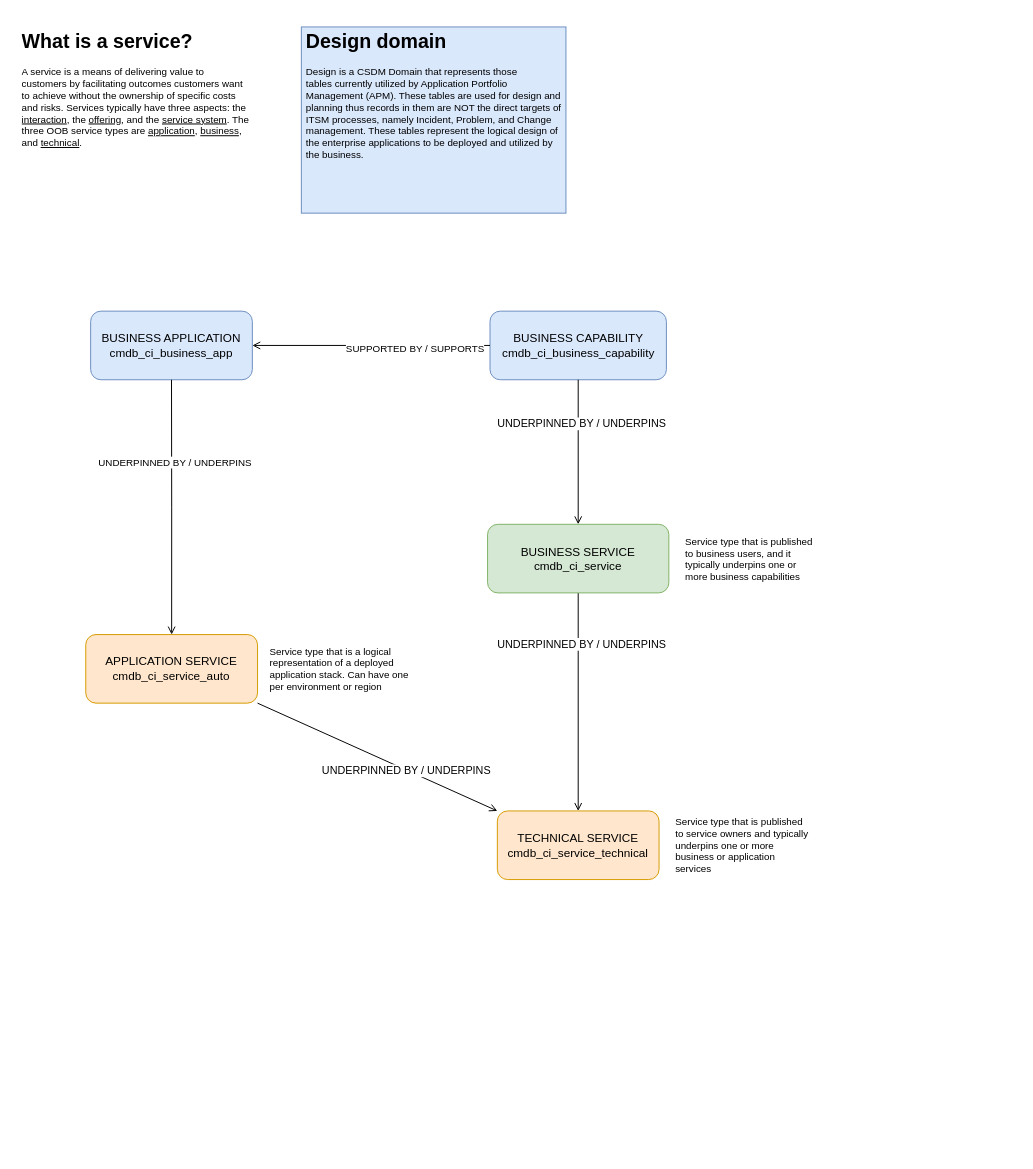
The draw.io diagram My ServiceNow CSDM.drawio in mlemartien/my_servicenow_csdm, before the edit. Source tidied: cells renumbered, new cells numbered last; positions are measured from the earlier drawing's top-left corner, leaving out a move shared by most shapes. Both pictures are drawn from the tidied source at 98%, with x=0, y=0 at pixel (17, 26).
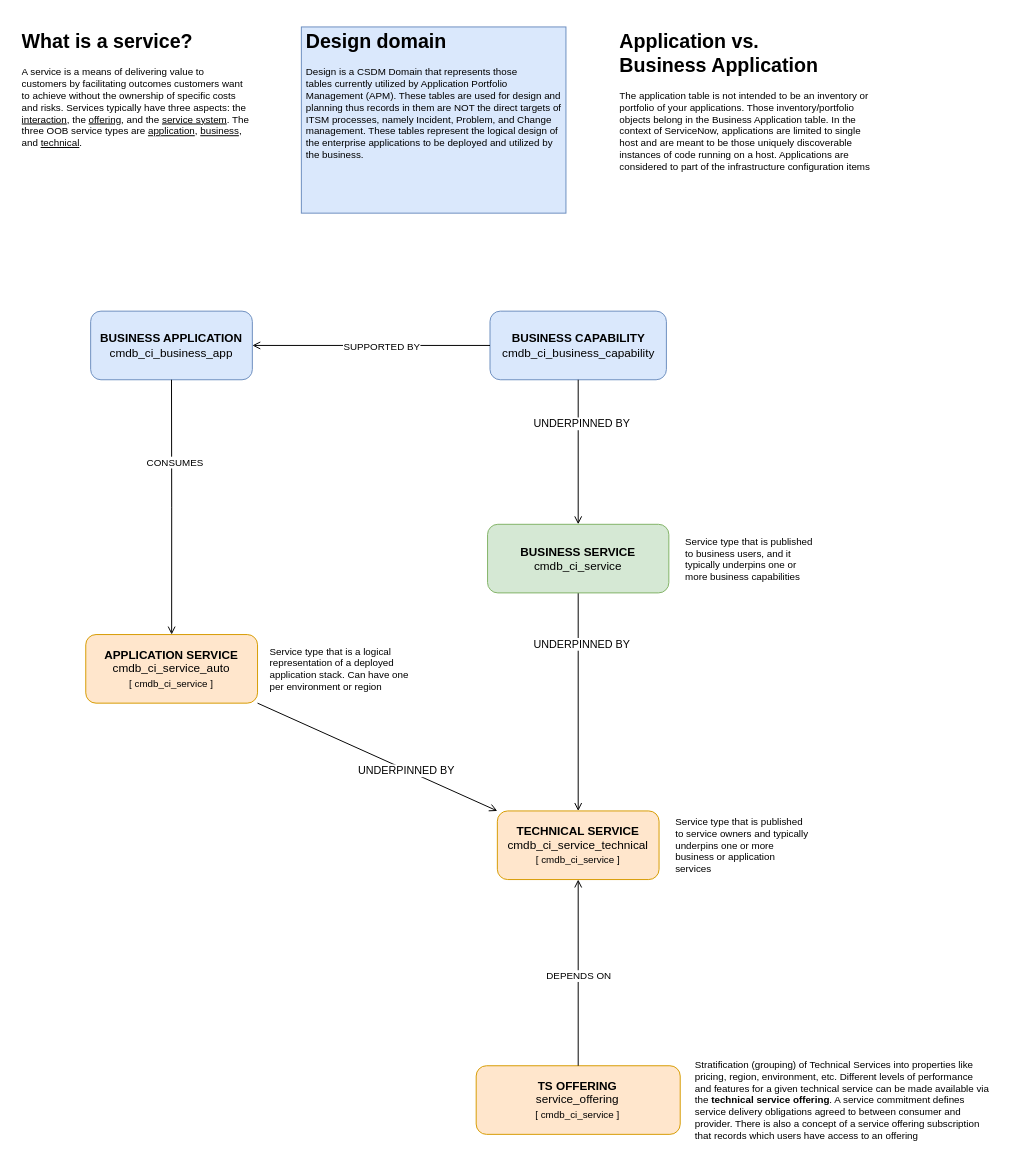
Above is the later version.

The change refers to these unchanged cells:
```xml
<mxCell id="2" style="edgeStyle=orthogonalEdgeStyle;rounded=0;jettySize=auto;html=1;exitX=0.5;exitY=1;exitDx=0;exitDy=0;entryX=0.5;entryY=0;entryDx=0;entryDy=0;endArrow=open;endFill=0;startArrow=none;startFill=0;" parent="1" edge="1" source="21" target="17">
  <mxGeometry relative="1" as="geometry" />
</mxCell>
<mxCell id="5" style="endArrow=none;html=1;entryX=0.5;entryY=1;entryDx=0;entryDy=0;exitX=0.5;exitY=0;exitDx=0;exitDy=0;startArrow=open;startFill=0;" parent="1" edge="1" source="21" target="4">
  <mxGeometry relative="1" as="geometry" />
</mxCell>
<mxCell id="7" style="endArrow=none;html=1;entryX=1;entryY=1;entryDx=0;entryDy=0;exitX=0;exitY=0;exitDx=0;exitDy=0;endFill=0;startArrow=open;startFill=0;" parent="1" edge="1" source="17" target="14">
  <mxGeometry relative="1" as="geometry" />
</mxCell>
<mxCell id="10" style="edgeStyle=orthogonalEdgeStyle;rounded=0;jettySize=auto;html=1;exitX=1;exitY=0.5;exitDx=0;exitDy=0;entryX=0;entryY=0.5;entryDx=0;entryDy=0;fontSize=10;endArrow=none;endFill=0;startArrow=open;startFill=0;" parent="1" edge="1" source="12" target="4">
  <mxGeometry relative="1" as="geometry" />
</mxCell>
<mxCell id="13" style="group;" parent="1" vertex="1">
  <mxGeometry x="70" y="620" width="330" height="70" as="geometry" />
</mxCell>
<mxCell id="16" style="group;" parent="1" vertex="1">
  <mxGeometry x="490" y="800" width="320" height="70" as="geometry" />
</mxCell>
<mxCell id="20" style="group;" parent="1" vertex="1">
  <mxGeometry x="480" y="507.5" width="340" height="70" as="geometry" />
</mxCell>
<mxCell id="24" style="edgeStyle=orthogonalEdgeStyle;rounded=0;jettySize=auto;html=1;exitX=0.5;exitY=0;exitDx=0;exitDy=0;entryX=0.5;entryY=1;entryDx=0;entryDy=0;fontSize=10;startArrow=open;startFill=0;endArrow=none;endFill=0;" parent="1" edge="1" source="14" target="12">
  <mxGeometry relative="1" as="geometry" />
</mxCell>
```

The edit, as a diff of the source:
```diff
@@
-    <mxCell id="3" value="UNDERPINNED BY / UNDERPINS" style="edgeLabel;html=1;align=center;verticalAlign=middle;" parent="2" vertex="1">
+    <mxCell id="3" value="&lt;div&gt;UNDERPINNED BY&lt;/div&gt;" style="edgeLabel;html=1;align=center;verticalAlign=middle;" parent="2" vertex="1">
       <mxGeometry x="-0.53" y="3" relative="1" as="geometry" />
     </mxCell>
-    <mxCell id="4" value="BUSINESS CAPABILITY&lt;br&gt;cmdb_ci_business_capability" style="rounded=1;whiteSpace=wrap;html=1;fillColor=#dae8fc;strokeColor=#6c8ebf;" parent="1" vertex="1">
+    <mxCell id="4" value="&lt;b&gt;BUSINESS CAPABILITY&lt;/b&gt;&lt;br&gt;cmdb_ci_business_capability" style="rounded=1;whiteSpace=wrap;html=1;fillColor=#dae8fc;strokeColor=#6c8ebf;" parent="1" vertex="1">
       <mxGeometry x="482.5" y="290" width="180" height="70" as="geometry" />
     </mxCell>
@@
-    <mxCell id="6" value="UNDERPINNED BY / UNDERPINS" style="edgeLabel;html=1;align=center;verticalAlign=middle;" parent="5" vertex="1">
+    <mxCell id="6" value="&lt;div&gt;UNDERPINNED BY &lt;br&gt;&lt;/div&gt;" style="edgeLabel;html=1;align=center;verticalAlign=middle;" parent="5" vertex="1">
       <mxGeometry x="0.4" y="-2" relative="1" as="geometry">
         <mxPoint x="1" as="offset" />
       </mxGeometry>
     </mxCell>
@@
-    <mxCell id="8" value="UNDERPINNED BY / UNDERPINS" style="edgeLabel;html=1;align=center;verticalAlign=middle;" parent="7" vertex="1">
+    <mxCell id="8" value="UNDERPINNED BY" style="edgeLabel;html=1;align=center;verticalAlign=middle;" parent="7" vertex="1">
       <mxGeometry x="-0.24" relative="1" as="geometry" />
     </mxCell>
@@
-    <mxCell id="11" value="SUPPORTED BY / SUPPORTS" style="edgeLabel;html=1;align=center;verticalAlign=middle;fontSize=10;" parent="10" vertex="1">
-      <mxGeometry x="0.36" y="-2" relative="1" as="geometry" />
+    <mxCell id="11" value="SUPPORTED BY" style="edgeLabel;html=1;align=center;verticalAlign=middle;fontSize=10;" parent="10" vertex="1">
+      <mxGeometry x="0.36" y="-2" relative="1" as="geometry">
+        <mxPoint x="-34" y="-2" as="offset" />
+      </mxGeometry>
     </mxCell>
-    <mxCell id="12" value="BUSINESS APPLICATION&lt;br&gt;cmdb_ci_business_app" style="rounded=1;whiteSpace=wrap;html=1;fillColor=#dae8fc;strokeColor=#6c8ebf;" parent="1" vertex="1">
+    <mxCell id="12" value="&lt;b&gt;BUSINESS APPLICATION&lt;/b&gt;&lt;br&gt;cmdb_ci_business_app" style="rounded=1;whiteSpace=wrap;html=1;fillColor=#dae8fc;strokeColor=#6c8ebf;" parent="1" vertex="1">
       <mxGeometry x="75" y="290" width="165" height="70" as="geometry" />
     </mxCell>
@@
-    <mxCell id="14" value="&lt;div&gt;APPLICATION SERVICE&lt;br&gt;cmdb_ci_service_auto&lt;br&gt;&lt;/div&gt;" style="rounded=1;whiteSpace=wrap;html=1;fillColor=#ffe6cc;strokeColor=#d79b00;" parent="13" vertex="1">
+    <mxCell id="14" value="&lt;div&gt;&lt;b&gt;APPLICATION SERVICE&lt;/b&gt;&lt;br&gt;cmdb_ci_service_auto&lt;br&gt;&lt;/div&gt;&lt;font style=&quot;font-size: 10px&quot;&gt;[ cmdb_ci_service ]&lt;/font&gt;" style="rounded=1;whiteSpace=wrap;html=1;fillColor=#ffe6cc;strokeColor=#d79b00;" parent="13" vertex="1">
       <mxGeometry width="175.3" height="70" as="geometry" />
     </mxCell>
@@
-    <mxCell id="17" value="TECHNICAL SERVICE&lt;br&gt;cmdb_ci_service_technical" style="rounded=1;whiteSpace=wrap;html=1;fillColor=#ffe6cc;strokeColor=#d79b00;" parent="16" vertex="1">
+    <mxCell id="17" value="&lt;b&gt;TECHNICAL SERVICE&lt;/b&gt;&lt;br&gt;cmdb_ci_service_technical&lt;br&gt;&lt;font style=&quot;font-size: 10px&quot;&gt;[ cmdb_ci_service ]&lt;/font&gt;" style="rounded=1;whiteSpace=wrap;html=1;fillColor=#ffe6cc;strokeColor=#d79b00;" parent="16" vertex="1">
       <mxGeometry width="165" height="70" as="geometry" />
     </mxCell>
@@
-    <mxCell id="21" value="BUSINESS SERVICE&lt;br&gt;cmdb_ci_service" style="rounded=1;whiteSpace=wrap;html=1;fillColor=#d5e8d4;strokeColor=#82b366;" parent="20" vertex="1">
+    <mxCell id="21" value="&lt;b&gt;BUSINESS SERVICE&lt;/b&gt;&lt;br&gt;cmdb_ci_service" style="rounded=1;whiteSpace=wrap;html=1;fillColor=#d5e8d4;strokeColor=#82b366;" parent="20" vertex="1">
       <mxGeometry width="185" height="70" as="geometry" />
     </mxCell>
@@
-    <mxCell id="25" value="UNDERPINNED BY / UNDERPINS" style="edgeLabel;html=1;align=center;verticalAlign=middle;fontSize=10;" parent="24" vertex="1">
+    <mxCell id="25" value="CONSUMES" style="edgeLabel;html=1;align=center;verticalAlign=middle;fontSize=10;fontStyle=0;" parent="24" vertex="1">
       <mxGeometry x="0.36" y="-2" relative="1" as="geometry">
         <mxPoint x="1" as="offset" />
       </mxGeometry>
     </mxCell>
+    <mxCell id="26" value="&lt;h1&gt;Application vs.&lt;br&gt;Business Application&lt;/h1&gt;&lt;p&gt;The application table is not intended to be an inventory or portfolio of your applications. Those inventory/portfolio objects belong in the Business Application table. In the context of ServiceNow, applications are limited to single host and are meant to be those uniquely discoverable instances of code running on a host. Applications are considered to part of the infrastructure configuration items&lt;br&gt;&lt;/p&gt;" style="text;html=1;spacing=5;spacingTop=-20;whiteSpace=wrap;overflow=hidden;rounded=0;fontSize=10;align=left;" parent="1" vertex="1">
+      <mxGeometry x="610" width="270" height="190" as="geometry" />
+    </mxCell>
+    <mxCell id="27" style="group;" parent="1" vertex="1">
+      <mxGeometry x="490" y="1060" width="530" height="70" as="geometry" />
+    </mxCell>
+    <mxCell id="28" value="&lt;b&gt;TS OFFERING&lt;/b&gt;&lt;br&gt;service_offering&lt;br&gt;&lt;font style=&quot;font-size: 10px&quot;&gt;[ cmdb_ci_service ]&lt;/font&gt;" style="rounded=1;whiteSpace=wrap;html=1;fillColor=#ffe6cc;strokeColor=#d79b00;" parent="27" vertex="1">
+      <mxGeometry x="-21.6" width="208.2" height="70" as="geometry" />
+    </mxCell>
+    <mxCell id="29" value="Stratification (grouping) of Technical Services into properties like pricing, region, environment, etc. Different levels of performance and features for a given technical service can be made available via the &lt;b&gt;technical service offering&lt;/b&gt;. A service commitment defines service delivery obligations agreed to between consumer and provider. There is also a concept of a service offering subscription that records which users have access to an offering" style="text;html=1;strokeColor=none;fillColor=none;align=left;verticalAlign=middle;whiteSpace=wrap;rounded=0;fontSize=10;" parent="27" vertex="1">
+      <mxGeometry x="200" y="-18.8" width="302.9" height="107.5" as="geometry" />
+    </mxCell>
+    <mxCell id="30" style="edgeStyle=orthogonalEdgeStyle;rounded=0;orthogonalLoop=1;jettySize=auto;html=1;exitX=0.5;exitY=1;exitDx=0;exitDy=0;fontSize=10;endArrow=none;endFill=0;" parent="27" edge="1" source="28" target="28">
+      <mxGeometry relative="1" as="geometry" />
+    </mxCell>
+    <mxCell id="31" style="edgeStyle=orthogonalEdgeStyle;rounded=0;jettySize=auto;html=1;exitX=0.5;exitY=1;exitDx=0;exitDy=0;entryX=0.5;entryY=0;entryDx=0;entryDy=0;fontSize=10;startArrow=open;startFill=0;endArrow=none;endFill=0;" parent="1" edge="1" source="17" target="28">
+      <mxGeometry relative="1" as="geometry" />
+    </mxCell>
+    <mxCell id="32" value="DEPENDS ON" style="edgeLabel;html=1;align=center;verticalAlign=middle;fontSize=10;" parent="31" vertex="1">
+      <mxGeometry x="0.02" relative="1" as="geometry" />
+    </mxCell>
```
